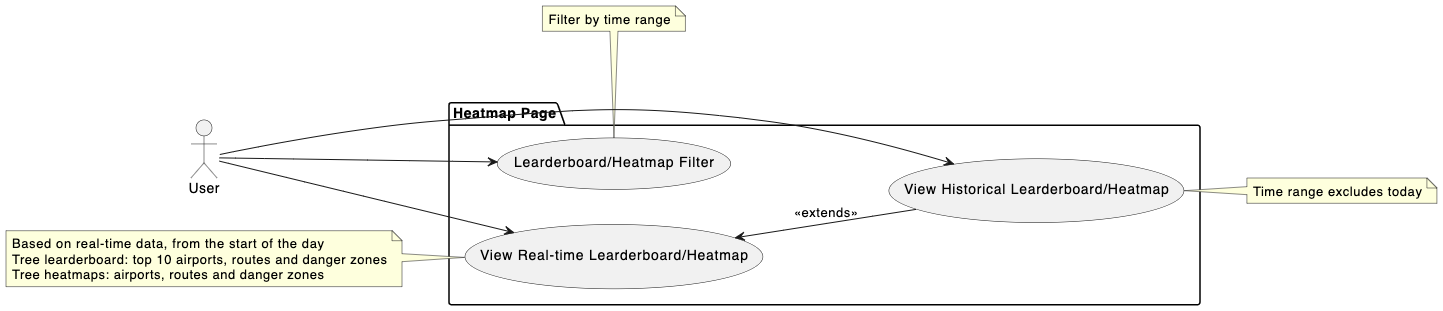
This is use-cases/heatmap/heatmap-ucd.puml.png from Spring-Roll-Sauerkraut-Squad/mergeme, a PlantUML export, as it was before one commit. Its source is kept beside it as use-cases/heatmap/heatmap-ucd.puml. Source of this version:
```plantuml
@startuml heatmap

left to right direction

actor User as user

package "Heatmap Page" {
  usecase "View Real-time Learderboard/Heatmap" as view_real_time
  usecase "View Historical Learderboard/Heatmap" as view_historical
  usecase "Learderboard/Heatmap Filter" as filter

  user --> view_real_time
  user --> view_historical
  user --> filter

  view_real_time <-- view_historical : <<extends>>
}
note bottom of filter: Filter by time range

note left of view_real_time
Based on real-time data, from the start of the day
Tree learderboard: top 10 airports, routes and danger zones
Tree heatmaps: airports, routes and danger zones
end note

note right of view_historical: Time range excludes today


@enduml
```
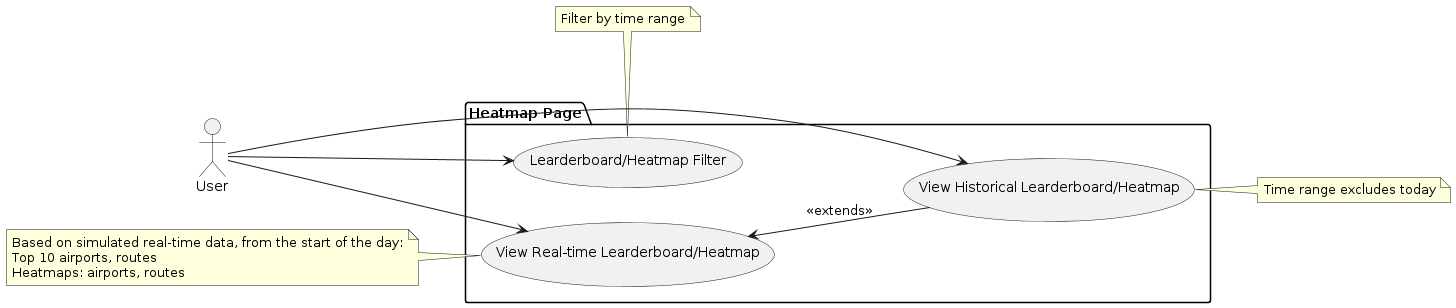
After the commit.

Commit message:
dataset: airports populating

What changed in the source:
```diff
@@ -18,12 +18,11 @@
 note bottom of filter: Filter by time range
 
 note left of view_real_time
-Based on real-time data, from the start of the day
-Tree learderboard: top 10 airports, routes and danger zones
-Tree heatmaps: airports, routes and danger zones
+Based on simulated real-time data, from the start of the day:
+Top 10 airports, routes
+Heatmaps: airports, routes
 end note
 
 note right of view_historical: Time range excludes today
 
-
 @enduml
```
